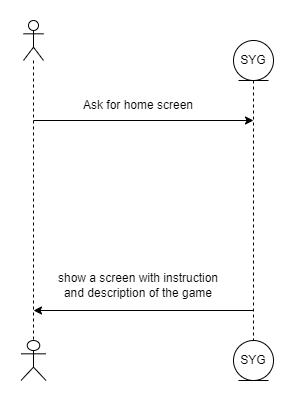
Arquisoft/wiq_es1d keeps this draw.io diagram as docs/images/06_runtime_home.png. Above is the earlier version. Source tidied: cells renumbered, new cells last; positions are measured from the earlier drawing's top-left corner, leaving out a move shared by most shapes. Source of this version:
```xml
<mxGraphModel>
  <root>
    <mxCell id="0" />
    <mxCell id="1" parent="0" />
    <mxCell id="2" value="SYG" style="shape=umlLifeline;perimeter=lifelinePerimeter;whiteSpace=wrap;html=1;newEdgeStyle={&quot;curved&quot;:0,&quot;rounded&quot;:0};participant=umlEntity;" parent="1" vertex="1">
      <mxGeometry x="212" y="20" width="40" height="300" as="geometry" />
    </mxCell>
    <mxCell id="3" style="shape=umlLifeline;perimeter=lifelinePerimeter;whiteSpace=wrap;html=1;newEdgeStyle={&quot;curved&quot;:0,&quot;rounded&quot;:0};participant=umlActor;" parent="1" vertex="1">
      <mxGeometry x="2" width="20" height="320" as="geometry" />
    </mxCell>
    <mxCell id="4" value="Ask for home screen" style="text;html=1;align=center;verticalAlign=middle;whiteSpace=wrap;rounded=0;" parent="1" vertex="1">
      <mxGeometry x="42" y="70" width="150" height="30" as="geometry" />
    </mxCell>
    <mxCell id="5" style="endArrow=classic;html=1;rounded=0;" parent="1" edge="1">
      <mxGeometry relative="1" as="geometry">
        <mxPoint x="12" y="100" as="sourcePoint" />
        <mxPoint x="232" y="100" as="targetPoint" />
      </mxGeometry>
    </mxCell>
    <mxCell id="6" value="SYG" style="ellipse;shape=umlEntity;whiteSpace=wrap;html=1;" parent="1" vertex="1">
      <mxGeometry x="212" y="320" width="40" height="40" as="geometry" />
    </mxCell>
    <mxCell id="7" style="shape=umlActor;verticalLabelPosition=bottom;verticalAlign=top;html=1;" parent="1" vertex="1">
      <mxGeometry x="-0.5" y="320" width="25" height="40" as="geometry" />
    </mxCell>
    <mxCell id="8" style="endArrow=classic;html=1;rounded=0;" parent="1" edge="1">
      <mxGeometry relative="1" as="geometry">
        <mxPoint x="232" y="290" as="sourcePoint" />
        <mxPoint x="12" y="290" as="targetPoint" />
      </mxGeometry>
    </mxCell>
    <mxCell id="9" value="show a screen with instruction and description of the game" style="text;html=1;align=center;verticalAlign=middle;whiteSpace=wrap;rounded=0;" parent="1" vertex="1">
      <mxGeometry x="32" y="250" width="170" height="30" as="geometry" />
    </mxCell>
  </root>
</mxGraphModel>
```
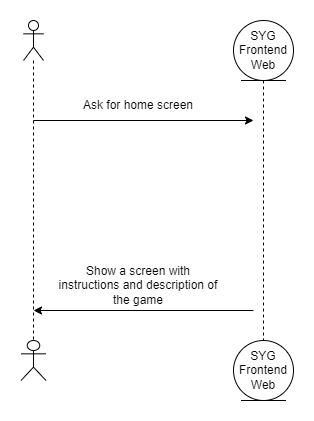
The same file after the commit.

What changed in the source:
```diff
@@ -2,8 +2,8 @@
   <root>
     <mxCell id="0" />
     <mxCell id="1" parent="0" />
-    <mxCell id="2" value="SYG" style="shape=umlLifeline;perimeter=lifelinePerimeter;whiteSpace=wrap;html=1;newEdgeStyle={&quot;curved&quot;:0,&quot;rounded&quot;:0};participant=umlEntity;" parent="1" vertex="1">
-      <mxGeometry x="212" y="20" width="40" height="300" as="geometry" />
+    <mxCell id="2" value="SYG&lt;div&gt;Frontend&lt;/div&gt;&lt;div&gt;Web&lt;/div&gt;" style="shape=umlLifeline;perimeter=lifelinePerimeter;whiteSpace=wrap;html=1;newEdgeStyle={&quot;curved&quot;:0,&quot;rounded&quot;:0};participant=umlEntity;size=60;" parent="1" vertex="1">
+      <mxGeometry x="212" width="60" height="320" as="geometry" />
     </mxCell>
     <mxCell id="3" style="shape=umlLifeline;perimeter=lifelinePerimeter;whiteSpace=wrap;html=1;newEdgeStyle={&quot;curved&quot;:0,&quot;rounded&quot;:0};participant=umlActor;" parent="1" vertex="1">
       <mxGeometry x="2" width="20" height="320" as="geometry" />
@@ -17,8 +17,8 @@
         <mxPoint x="232" y="100" as="targetPoint" />
       </mxGeometry>
     </mxCell>
-    <mxCell id="6" value="SYG" style="ellipse;shape=umlEntity;whiteSpace=wrap;html=1;" parent="1" vertex="1">
-      <mxGeometry x="212" y="320" width="40" height="40" as="geometry" />
+    <mxCell id="6" value="SYG&lt;div&gt;Frontend&lt;/div&gt;&lt;div&gt;Web&lt;/div&gt;" style="ellipse;shape=umlEntity;whiteSpace=wrap;html=1;" parent="1" vertex="1">
+      <mxGeometry x="212" y="320" width="60" height="60" as="geometry" />
     </mxCell>
     <mxCell id="7" style="shape=umlActor;verticalLabelPosition=bottom;verticalAlign=top;html=1;" parent="1" vertex="1">
       <mxGeometry x="-0.5" y="320" width="25" height="40" as="geometry" />
@@ -29,7 +29,7 @@
         <mxPoint x="12" y="290" as="targetPoint" />
       </mxGeometry>
     </mxCell>
-    <mxCell id="9" value="show a screen with instruction and description of the game" style="text;html=1;align=center;verticalAlign=middle;whiteSpace=wrap;rounded=0;" parent="1" vertex="1">
+    <mxCell id="9" value="Show a screen with instructions and description of the game" style="text;html=1;align=center;verticalAlign=middle;whiteSpace=wrap;rounded=0;" parent="1" vertex="1">
       <mxGeometry x="32" y="250" width="170" height="30" as="geometry" />
     </mxCell>
   </root>
```
